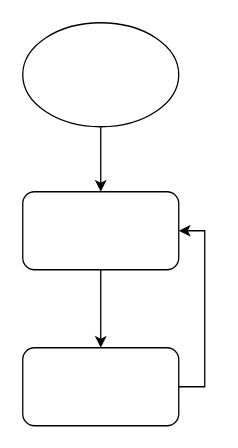
Before: led acende led apagar002 Diagram.drawio in emersonml/arduino001, a draw.io diagram. Source tidied: cells renumbered, new cells numbered last; positions are measured from the earlier drawing's top-left corner, leaving out a move shared by most shapes. Both pictures are drawn from the tidied source at 130%, with x=0, y=0 at pixel (22, 22).
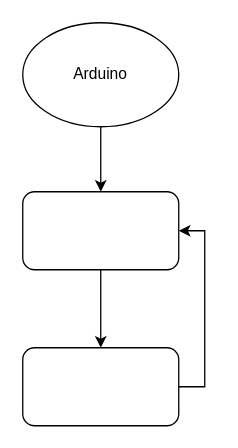
The same page after the edit.

Diff of the diagram source:
```diff
@@
 <mxGraphModel>
   <root>
     <mxCell id="0" />
     <mxCell id="1" parent="0" />
     <mxCell id="2" style="edgeStyle=orthogonalEdgeStyle;rounded=0;jettySize=auto;html=1;entryX=0.5;entryY=0;entryDx=0;entryDy=0;" parent="1" edge="1" source="3" target="5">
       <mxGeometry relative="1" as="geometry" />
     </mxCell>
-    <mxCell id="3" style="ellipse;whiteSpace=wrap;html=1;" parent="1" vertex="1">
+    <mxCell id="3" value="Arduino" style="ellipse;whiteSpace=wrap;html=1;" parent="1" vertex="1">
       <mxGeometry width="120" height="80" as="geometry" />
     </mxCell>
     <mxCell id="4" style="edgeStyle=orthogonalEdgeStyle;rounded=0;jettySize=auto;html=1;entryX=0.5;entryY=0;entryDx=0;entryDy=0;" parent="1" edge="1" source="5" target="7">
       <mxGeometry relative="1" as="geometry" />
     </mxCell>
     <mxCell id="5" style="rounded=1;whiteSpace=wrap;html=1;" parent="1" vertex="1">
       <mxGeometry y="130" width="120" height="60" as="geometry" />
     </mxCell>
     <mxCell id="6" style="edgeStyle=orthogonalEdgeStyle;rounded=0;jettySize=auto;html=1;entryX=1;entryY=0.5;entryDx=0;entryDy=0;" parent="1" edge="1" source="7" target="5">
       <mxGeometry relative="1" as="geometry">
         <Array as="points">
           <mxPoint x="140" y="280" />
           <mxPoint x="140" y="160" />
         </Array>
       </mxGeometry>
     </mxCell>
     <mxCell id="7" style="rounded=1;whiteSpace=wrap;html=1;" parent="1" vertex="1">
       <mxGeometry y="250" width="120" height="60" as="geometry" />
     </mxCell>
   </root>
 </mxGraphModel>
```
